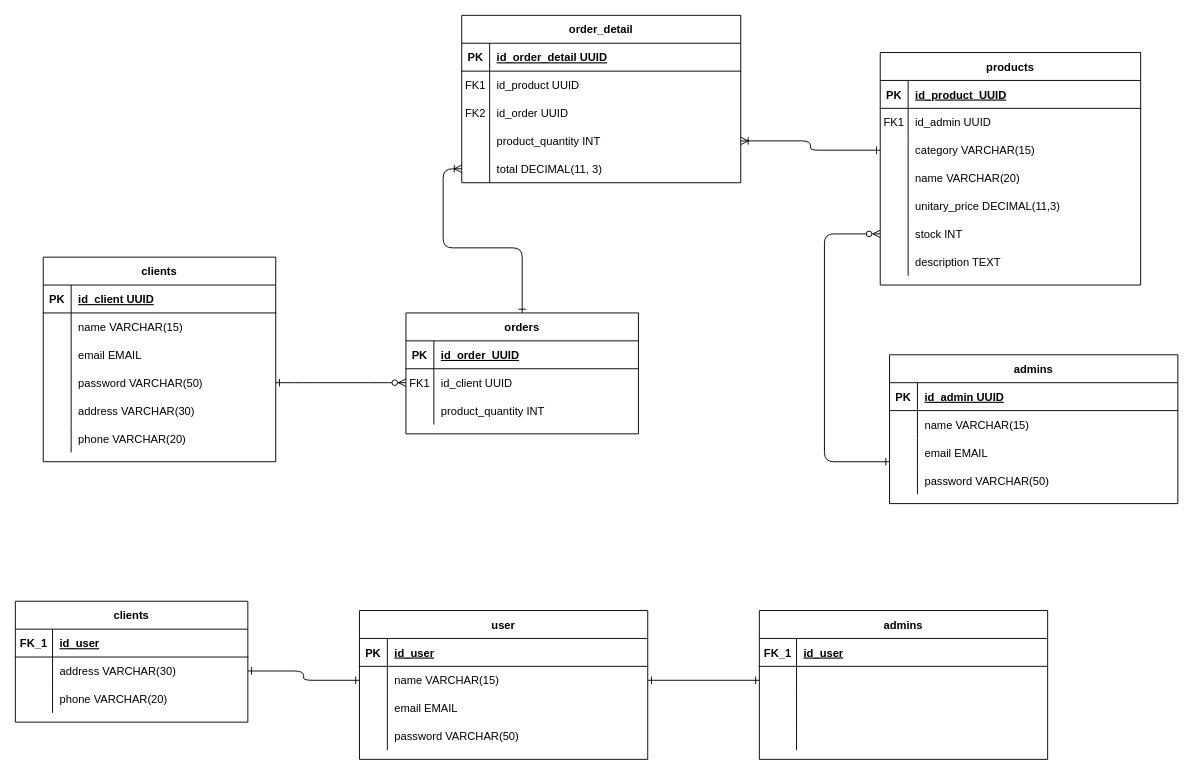
The draw.io diagram files/project requirements/Modelo de datos/diagrama entidad-relación.drawio in jhairssteven/ssacg, before the edit. Source tidied: cells renumbered, new cells numbered last; positions are measured from the earlier drawing's top-left corner, leaving out a move shared by most shapes. Both pictures are drawn from the tidied source at 93%, with x=0, y=0 at pixel (15, 15).
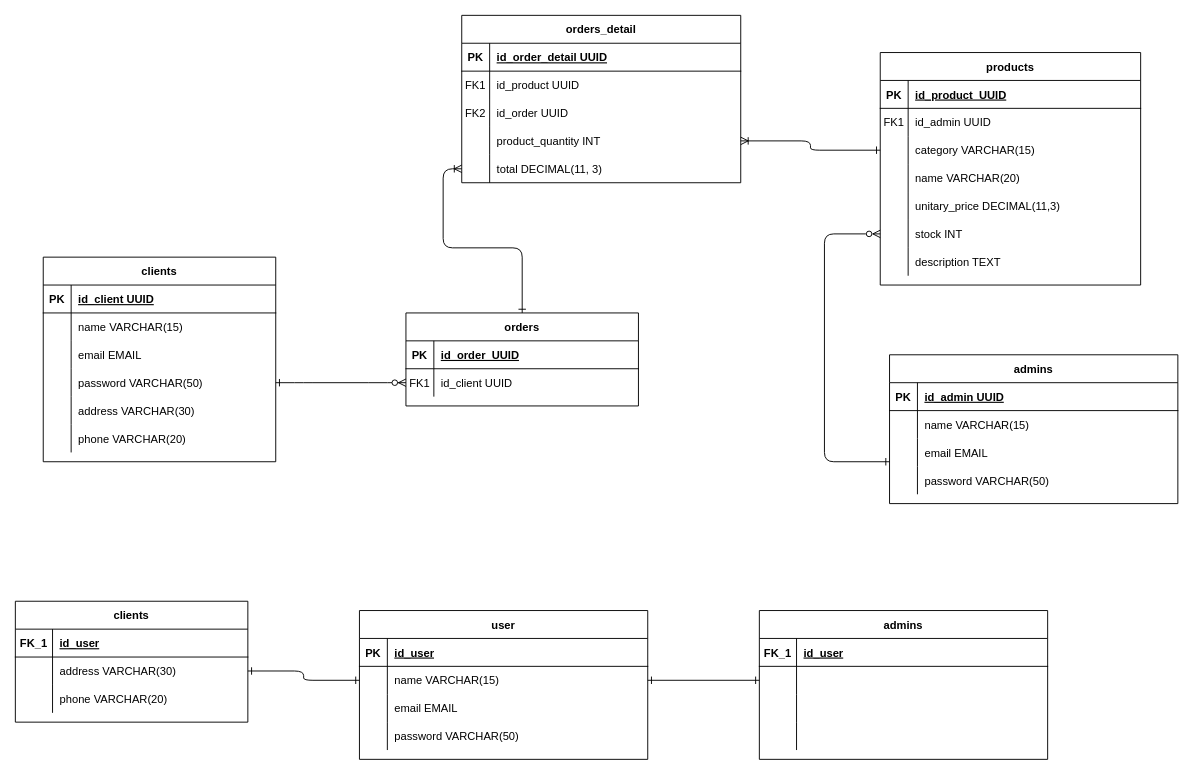
The same page after the edit.

Change to the diagram source:
```diff
@@
     <mxCell id="4" value="orders" style="shape=table;startSize=30;childLayout=tableLayout;rowLines=0;fontStyle=1;align=center;" parent="1" vertex="1">
-      <mxGeometry x="420" y="320" width="250" height="130" as="geometry" />
+      <mxGeometry x="420" y="320" width="250" height="100" as="geometry" />
     </mxCell>
@@
-    <mxCell id="11" style="shape=partialRectangle;fillColor=none;top=0;left=0;right=0;bottom=0;" parent="4" vertex="1">
-      <mxGeometry y="90" width="250" height="30" as="geometry" />
-    </mxCell>
-    <mxCell id="12" style="shape=partialRectangle;overflow=hidden;fillColor=none;top=0;left=0;bottom=0;right=0;" parent="11" vertex="1">
-      <mxGeometry width="30" height="30" as="geometry" />
-    </mxCell>
-    <mxCell id="13" value="product_quantity INT" style="shape=partialRectangle;overflow=hidden;fillColor=none;top=0;left=0;bottom=0;right=0;align=left;spacingLeft=6;" parent="11" vertex="1">
-      <mxGeometry x="30" width="220" height="30" as="geometry" />
-    </mxCell>
@@
-    <mxCell id="69" value="order_detail" style="shape=table;startSize=30;childLayout=tableLayout;rowLines=0;fontStyle=1;align=center;" parent="1" vertex="1">
+    <mxCell id="69" value="orders_detail" style="shape=table;startSize=30;childLayout=tableLayout;rowLines=0;fontStyle=1;align=center;" parent="1" vertex="1">
       <mxGeometry x="480" width="300" height="180" as="geometry" />
     </mxCell>
```
